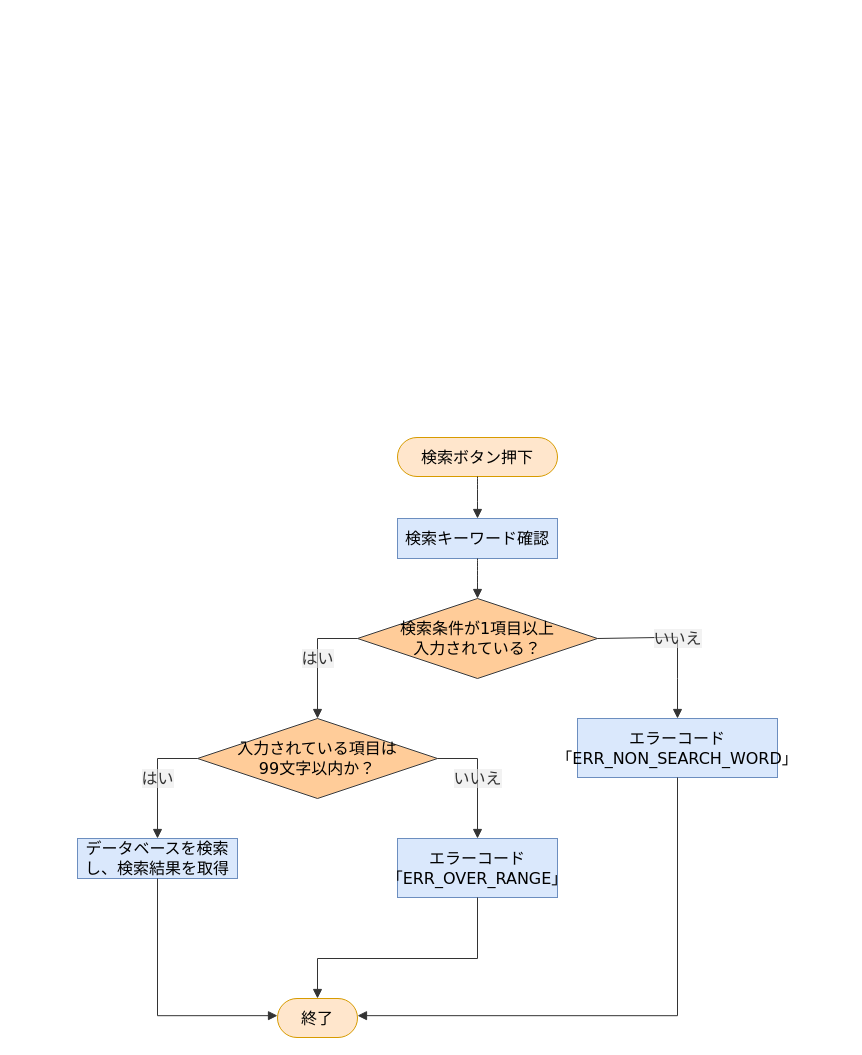
The draw.io diagram 詳細設計書/7班/flowchart/蔵書検索.drawio in rs002421-creator/-, before the edit. Source tidied: cells renumbered, new cells numbered last; positions are measured from the earlier drawing's top-left corner, leaving out a move shared by most shapes. Both pictures are drawn from the tidied source at 100%, with x=0, y=0 at pixel (77, 437).
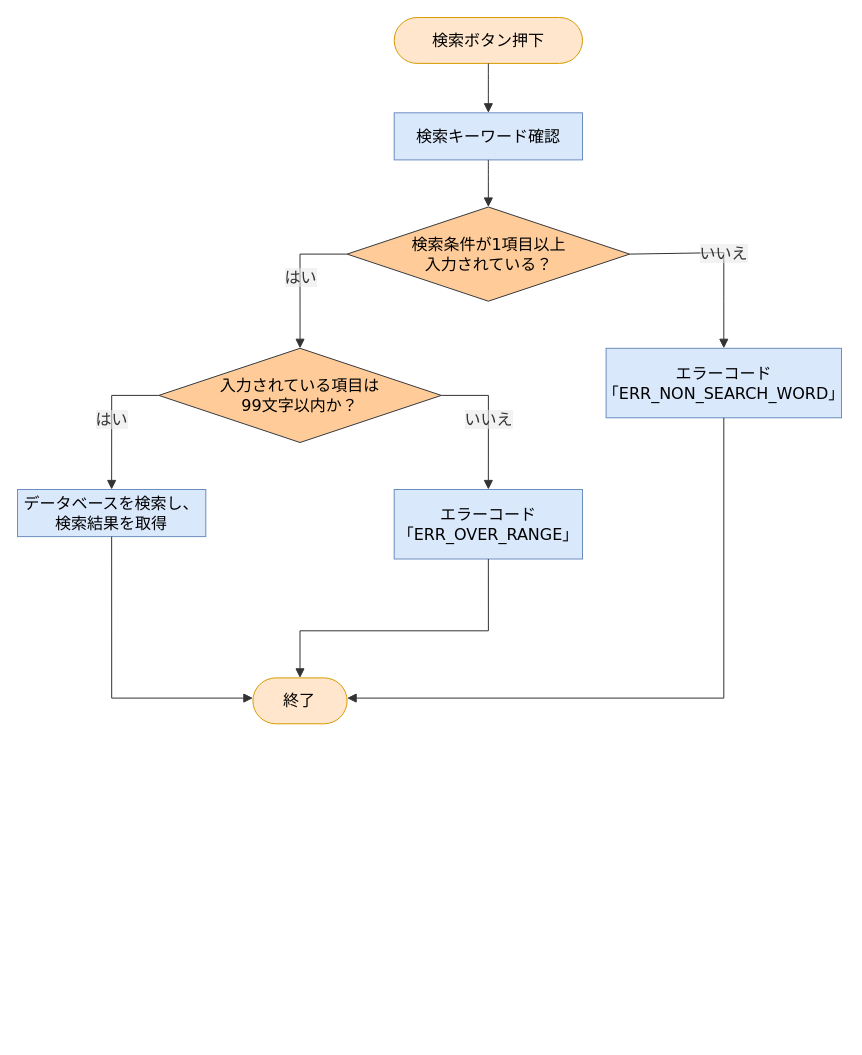
Above is the later version.

Diff of the diagram source:
```diff
@@
+    <mxCell id="19" style="group;" parent="1" vertex="1">
+      <mxGeometry x="-60" y="-420" width="824" height="706.3" as="geometry" />
+    </mxCell>
-    <mxCell id="2" value="検索ボタン押下" style="html=1;rounded=1;whiteSpace=wrap;arcSize=50;strokeWidth=1;fontFamily=Trebuchet MS,Verdana,Arial,sans-serif;fontSize=16;fillColor=#ffe6cc;strokeColor=#d79b00;" parent="1" vertex="1">
-      <mxGeometry x="320" width="160" height="39" as="geometry" />
+    <mxCell id="2" value="検索ボタン押下" style="html=1;rounded=1;whiteSpace=wrap;arcSize=50;strokeWidth=1;fontFamily=Trebuchet MS,Verdana,Arial,sans-serif;fontSize=16;fillColor=#ffe6cc;strokeColor=#d79b00;" parent="19" vertex="1">
+      <mxGeometry x="376.7" width="188.3" height="45.9" as="geometry" />
     </mxCell>
-    <mxCell id="3" value="検索キーワード確認" style="html=1;whiteSpace=wrap;strokeWidth=1;fillColor=#dae8fc;strokeColor=#6c8ebf;fontFamily=Trebuchet MS,Verdana,Arial,sans-serif;fontSize=16;" parent="1" vertex="1">
-      <mxGeometry x="320" y="81" width="160" height="40" as="geometry" />
+    <mxCell id="3" value="検索キーワード確認" style="html=1;whiteSpace=wrap;strokeWidth=1;fillColor=#dae8fc;strokeColor=#6c8ebf;fontFamily=Trebuchet MS,Verdana,Arial,sans-serif;fontSize=16;" parent="19" vertex="1">
+      <mxGeometry x="376.7" y="95.3" width="188.3" height="47.1" as="geometry" />
     </mxCell>
-    <mxCell id="4" value="検索条件が1項目以上&lt;div&gt;入力されている？&lt;/div&gt;" style="rhombus;html=1;strokeWidth=1;whiteSpace=wrap;fillColor=#ffcc99;strokeColor=#36393d;fontFamily=Trebuchet MS,Verdana,Arial,sans-serif;fontSize=16;" parent="1" vertex="1">
-      <mxGeometry x="280" y="161" width="240" height="80" as="geometry" />
+    <mxCell id="4" value="検索条件が1項目以上&lt;div&gt;入力されている？&lt;/div&gt;" style="rhombus;html=1;strokeWidth=1;whiteSpace=wrap;fillColor=#ffcc99;strokeColor=#36393d;fontFamily=Trebuchet MS,Verdana,Arial,sans-serif;fontSize=16;" parent="19" vertex="1">
+      <mxGeometry x="329.6" y="189.5" width="282.5" height="94.2" as="geometry" />
     </mxCell>
-    <mxCell id="5" value="入力されている項目は&lt;br&gt;99文字以内か？" style="rhombus;html=1;strokeWidth=1;whiteSpace=wrap;fillColor=#ffcc99;strokeColor=#36393d;fontFamily=Trebuchet MS,Verdana,Arial,sans-serif;fontSize=16;" parent="1" vertex="1">
-      <mxGeometry x="120" y="281" width="240" height="80" as="geometry" />
+    <mxCell id="5" value="入力されている項目は&lt;br&gt;99文字以内か？" style="rhombus;html=1;strokeWidth=1;whiteSpace=wrap;fillColor=#ffcc99;strokeColor=#36393d;fontFamily=Trebuchet MS,Verdana,Arial,sans-serif;fontSize=16;" parent="19" vertex="1">
+      <mxGeometry x="141.3" y="330.8" width="282.5" height="94.2" as="geometry" />
     </mxCell>
-    <mxCell id="6" value="エラーコード「ERR_NON_SEARCH_WORD」" style="html=1;whiteSpace=wrap;strokeWidth=1;fillColor=#dae8fc;strokeColor=#6c8ebf;fontFamily=Trebuchet MS,Verdana,Arial,sans-serif;fontSize=16;" parent="1" vertex="1">
-      <mxGeometry x="500" y="281" width="200" height="59" as="geometry" />
+    <mxCell id="6" value="エラーコード「ERR_NON_SEARCH_WORD」" style="html=1;whiteSpace=wrap;strokeWidth=1;fillColor=#dae8fc;strokeColor=#6c8ebf;fontFamily=Trebuchet MS,Verdana,Arial,sans-serif;fontSize=16;" parent="19" vertex="1">
+      <mxGeometry x="588.6" y="330.8" width="235.4" height="69.5" as="geometry" />
     </mxCell>
-    <mxCell id="7" value="データベースを検索し、検索結果を取得" style="html=1;whiteSpace=wrap;strokeWidth=1;fillColor=#dae8fc;strokeColor=#6c8ebf;fontFamily=Trebuchet MS,Verdana,Arial,sans-serif;fontSize=16;" parent="1" vertex="1">
-      <mxGeometry y="401" width="160" height="40" as="geometry" />
+    <mxCell id="7" value="データベースを検索し、検索結果を取得" style="html=1;whiteSpace=wrap;strokeWidth=1;fillColor=#dae8fc;strokeColor=#6c8ebf;fontFamily=Trebuchet MS,Verdana,Arial,sans-serif;fontSize=16;" parent="19" vertex="1">
+      <mxGeometry y="472" width="188.3" height="47.1" as="geometry" />
     </mxCell>
-    <mxCell id="8" value="エラーコード「ERR_OVER_RANGE」" style="html=1;whiteSpace=wrap;strokeWidth=1;fillColor=#dae8fc;strokeColor=#6c8ebf;fontFamily=Trebuchet MS,Verdana,Arial,sans-serif;fontSize=16;" parent="1" vertex="1">
-      <mxGeometry x="320" y="401" width="160" height="59" as="geometry" />
+    <mxCell id="8" value="エラーコード「ERR_OVER_RANGE」" style="html=1;whiteSpace=wrap;strokeWidth=1;fillColor=#dae8fc;strokeColor=#6c8ebf;fontFamily=Trebuchet MS,Verdana,Arial,sans-serif;fontSize=16;" parent="19" vertex="1">
+      <mxGeometry x="376.7" y="472" width="188.3" height="69.5" as="geometry" />
     </mxCell>
-    <mxCell id="9" value="終了" style="html=1;rounded=1;whiteSpace=wrap;arcSize=50;strokeWidth=1;fontFamily=Trebuchet MS,Verdana,Arial,sans-serif;fontSize=16;fillColor=#ffe6cc;strokeColor=#d79b00;" parent="1" vertex="1">
-      <mxGeometry x="200" y="561" width="80" height="39" as="geometry" />
+    <mxCell id="9" value="終了" style="html=1;rounded=1;whiteSpace=wrap;arcSize=50;strokeWidth=1;fontFamily=Trebuchet MS,Verdana,Arial,sans-serif;fontSize=16;fillColor=#ffe6cc;strokeColor=#d79b00;" parent="19" vertex="1">
+      <mxGeometry x="235.4" y="660.4" width="94.2" height="45.9" as="geometry" />
     </mxCell>
-    <mxCell id="10" style="curved=1;startArrow=none;endArrow=block;endSize=7;strokeColor=light-dark(#333333,#cccccc);exitX=0.5;exitY=1;entryX=0.5;entryY=0;rounded=0;" parent="1" edge="1" source="2" target="3">
+    <mxCell id="10" style="curved=1;startArrow=none;endArrow=block;endSize=7;strokeColor=light-dark(#333333,#cccccc);exitX=0.5;exitY=1;entryX=0.5;entryY=0;rounded=0;" parent="19" edge="1" source="2" target="3">
       <mxGeometry relative="1" as="geometry" />
     </mxCell>
-    <mxCell id="11" style="curved=1;startArrow=none;endArrow=block;endSize=7;strokeColor=light-dark(#333333,#cccccc);exitX=0.5;exitY=1;entryX=0.5;entryY=0;rounded=0;" parent="1" edge="1" source="3" target="4">
+    <mxCell id="11" style="curved=1;startArrow=none;endArrow=block;endSize=7;strokeColor=light-dark(#333333,#cccccc);exitX=0.5;exitY=1;entryX=0.5;entryY=0;rounded=0;" parent="19" edge="1" source="3" target="4">
       <mxGeometry relative="1" as="geometry" />
     </mxCell>
-    <mxCell id="12" value="はい" style="curved=0;startArrow=none;endArrow=block;endSize=7;strokeColor=light-dark(#333333,#cccccc);html=1;fontSize=16;labelBackgroundColor=light-dark(#E8E8E88D,#2a2a2a8D);fontFamily=Trebuchet MS,Verdana,Arial,sans-serif;fontColor=light-dark(#333333,#cccccc);exitX=0;exitY=0.5;entryX=0.5;entryY=0;rounded=0;exitDx=0;exitDy=0;" parent="1" edge="1" source="4" target="5">
+    <mxCell id="12" value="はい" style="curved=0;startArrow=none;endArrow=block;endSize=7;strokeColor=light-dark(#333333,#cccccc);html=1;fontSize=16;labelBackgroundColor=light-dark(#E8E8E88D,#2a2a2a8D);fontFamily=Trebuchet MS,Verdana,Arial,sans-serif;fontColor=light-dark(#333333,#cccccc);exitX=0;exitY=0.5;entryX=0.5;entryY=0;rounded=0;exitDx=0;exitDy=0;" parent="19" edge="1" source="4" target="5">
       <mxGeometry relative="1" as="geometry">
         <Array as="points">
-          <mxPoint x="240" y="201" />
+          <mxPoint x="282.5" y="236.6" />
         </Array>
       </mxGeometry>
     </mxCell>
-    <mxCell id="13" value="いいえ" style="curved=0;startArrow=none;endArrow=block;endSize=7;strokeColor=light-dark(#333333,#cccccc);html=1;fontSize=16;labelBackgroundColor=light-dark(#E8E8E88D,#2a2a2a8D);fontFamily=Trebuchet MS,Verdana,Arial,sans-serif;fontColor=light-dark(#333333,#cccccc);entryX=0.5;entryY=0;rounded=0;exitX=1;exitY=0.5;exitDx=0;exitDy=0;" parent="1" edge="1" source="4" target="6">
+    <mxCell id="13" value="いいえ" style="curved=0;startArrow=none;endArrow=block;endSize=7;strokeColor=light-dark(#333333,#cccccc);html=1;fontSize=16;labelBackgroundColor=light-dark(#E8E8E88D,#2a2a2a8D);fontFamily=Trebuchet MS,Verdana,Arial,sans-serif;fontColor=light-dark(#333333,#cccccc);entryX=0.5;entryY=0;rounded=0;exitX=1;exitY=0.5;exitDx=0;exitDy=0;" parent="19" edge="1" source="4" target="6">
       <mxGeometry relative="1" as="geometry">
         <Array as="points">
-          <mxPoint x="600" y="199.7" />
-          <mxPoint x="600" y="241" />
+          <mxPoint x="706.3" y="235.1" />
+          <mxPoint x="706.3" y="283.7" />
         </Array>
       </mxGeometry>
     </mxCell>
-    <mxCell id="14" value="はい" style="curved=0;startArrow=none;endArrow=block;endSize=7;strokeColor=light-dark(#333333,#cccccc);html=1;fontSize=16;labelBackgroundColor=light-dark(#E8E8E88D,#2a2a2a8D);fontFamily=Trebuchet MS,Verdana,Arial,sans-serif;fontColor=light-dark(#333333,#cccccc);exitX=0;exitY=0.5;entryX=0.5;entryY=0;rounded=0;exitDx=0;exitDy=0;" parent="1" edge="1" source="5" target="7">
+    <mxCell id="14" value="はい" style="curved=0;startArrow=none;endArrow=block;endSize=7;strokeColor=light-dark(#333333,#cccccc);html=1;fontSize=16;labelBackgroundColor=light-dark(#E8E8E88D,#2a2a2a8D);fontFamily=Trebuchet MS,Verdana,Arial,sans-serif;fontColor=light-dark(#333333,#cccccc);exitX=0;exitY=0.5;entryX=0.5;entryY=0;rounded=0;exitDx=0;exitDy=0;" parent="19" edge="1" source="5" target="7">
       <mxGeometry relative="1" as="geometry">
         <Array as="points">
-          <mxPoint x="80" y="321" />
+          <mxPoint x="94.2" y="377.9" />
         </Array>
       </mxGeometry>
     </mxCell>
-    <mxCell id="15" value="いいえ" style="curved=0;startArrow=none;endArrow=block;endSize=7;strokeColor=light-dark(#333333,#cccccc);html=1;fontSize=16;labelBackgroundColor=light-dark(#E8E8E88D,#2a2a2a8D);fontFamily=Trebuchet MS,Verdana,Arial,sans-serif;fontColor=light-dark(#333333,#cccccc);exitX=1;exitY=0.5;entryX=0.5;entryY=0;rounded=0;exitDx=0;exitDy=0;" parent="1" edge="1" source="5" target="8">
+    <mxCell id="15" value="いいえ" style="curved=0;startArrow=none;endArrow=block;endSize=7;strokeColor=light-dark(#333333,#cccccc);html=1;fontSize=16;labelBackgroundColor=light-dark(#E8E8E88D,#2a2a2a8D);fontFamily=Trebuchet MS,Verdana,Arial,sans-serif;fontColor=light-dark(#333333,#cccccc);exitX=1;exitY=0.5;entryX=0.5;entryY=0;rounded=0;exitDx=0;exitDy=0;" parent="19" edge="1" source="5" target="8">
       <mxGeometry relative="1" as="geometry">
         <Array as="points">
-          <mxPoint x="400" y="321" />
+          <mxPoint x="470.9" y="377.9" />
         </Array>
       </mxGeometry>
     </mxCell>
-    <mxCell id="16" style="curved=0;startArrow=none;endArrow=block;endSize=7;strokeColor=light-dark(#333333,#cccccc);exitX=0.5;exitY=1;entryX=0;entryY=0.44;rounded=0;" parent="1" edge="1" source="7" target="9">
+    <mxCell id="16" style="curved=0;startArrow=none;endArrow=block;endSize=7;strokeColor=light-dark(#333333,#cccccc);exitX=0.5;exitY=1;entryX=0;entryY=0.44;rounded=0;" parent="19" edge="1" source="7" target="9">
       <mxGeometry relative="1" as="geometry">
         <Array as="points">
-          <mxPoint x="80" y="578.2" />
+          <mxPoint x="94.2" y="680.6" />
         </Array>
       </mxGeometry>
     </mxCell>
-    <mxCell id="17" style="curved=0;startArrow=none;endArrow=block;endSize=7;strokeColor=light-dark(#333333,#cccccc);exitX=0.5;exitY=1;entryX=1;entryY=0.44;rounded=0;" parent="1" edge="1" source="6" target="9">
+    <mxCell id="17" style="curved=0;startArrow=none;endArrow=block;endSize=7;strokeColor=light-dark(#333333,#cccccc);exitX=0.5;exitY=1;entryX=1;entryY=0.44;rounded=0;" parent="19" edge="1" source="6" target="9">
       <mxGeometry relative="1" as="geometry">
         <Array as="points">
-          <mxPoint x="600" y="578.2" />
+          <mxPoint x="706.3" y="680.6" />
         </Array>
       </mxGeometry>
     </mxCell>
-    <mxCell id="18" style="curved=0;startArrow=none;endArrow=block;endSize=7;strokeColor=light-dark(#333333,#cccccc);exitX=0.5;exitY=1;entryX=0.5;entryY=0;rounded=0;" parent="1" edge="1" source="8" target="9">
+    <mxCell id="18" style="curved=0;startArrow=none;endArrow=block;endSize=7;strokeColor=light-dark(#333333,#cccccc);exitX=0.5;exitY=1;entryX=0.5;entryY=0;rounded=0;" parent="19" edge="1" source="8" target="9">
       <mxGeometry relative="1" as="geometry">
         <Array as="points">
-          <mxPoint x="400" y="521" />
-          <mxPoint x="240" y="521" />
+          <mxPoint x="470.9" y="613.3" />
+          <mxPoint x="282.5" y="613.3" />
         </Array>
       </mxGeometry>
     </mxCell>
```
